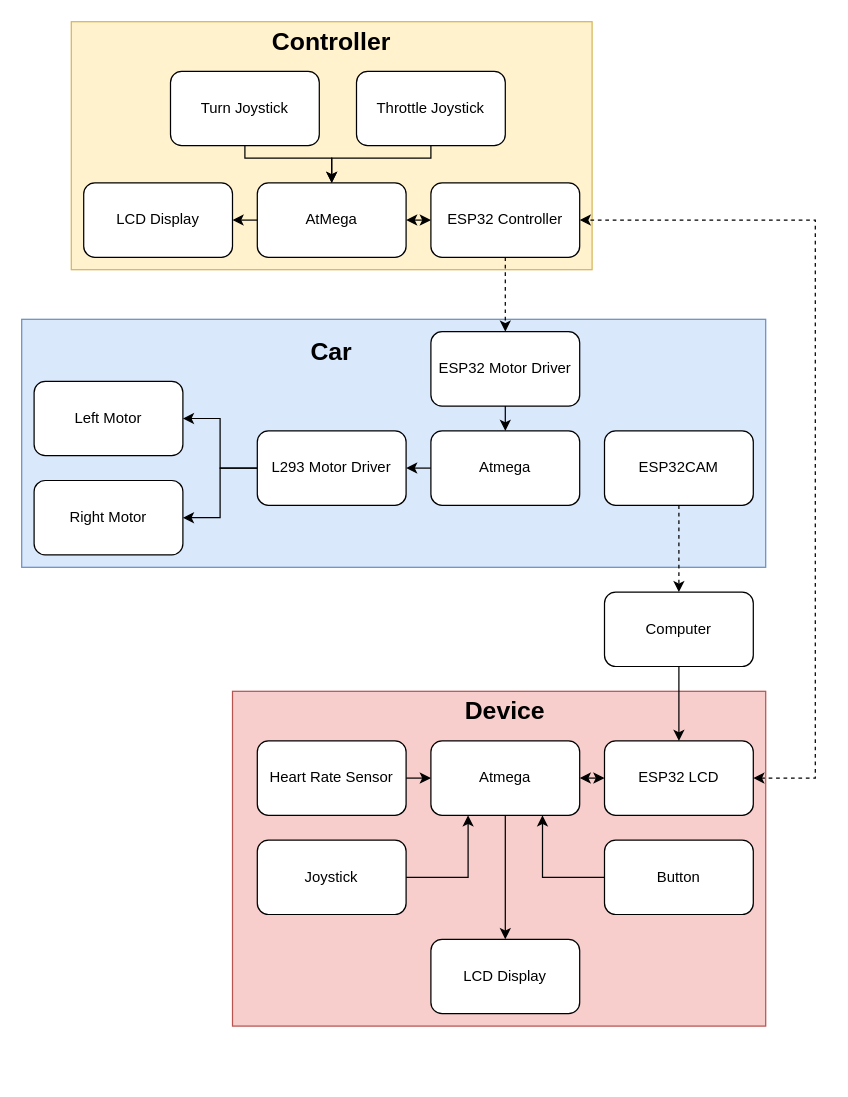
Earlier version of the draw.io diagram MedeploySystemBlockDiagram.drawio (ese3500/MEDEPLOY). Source tidied: cells renumbered, new cells numbered last; positions are measured from the earlier drawing's top-left corner, leaving out a move shared by most shapes. Both pictures are drawn from the tidied source at 124%, with x=0, y=0 at pixel (21, 21).
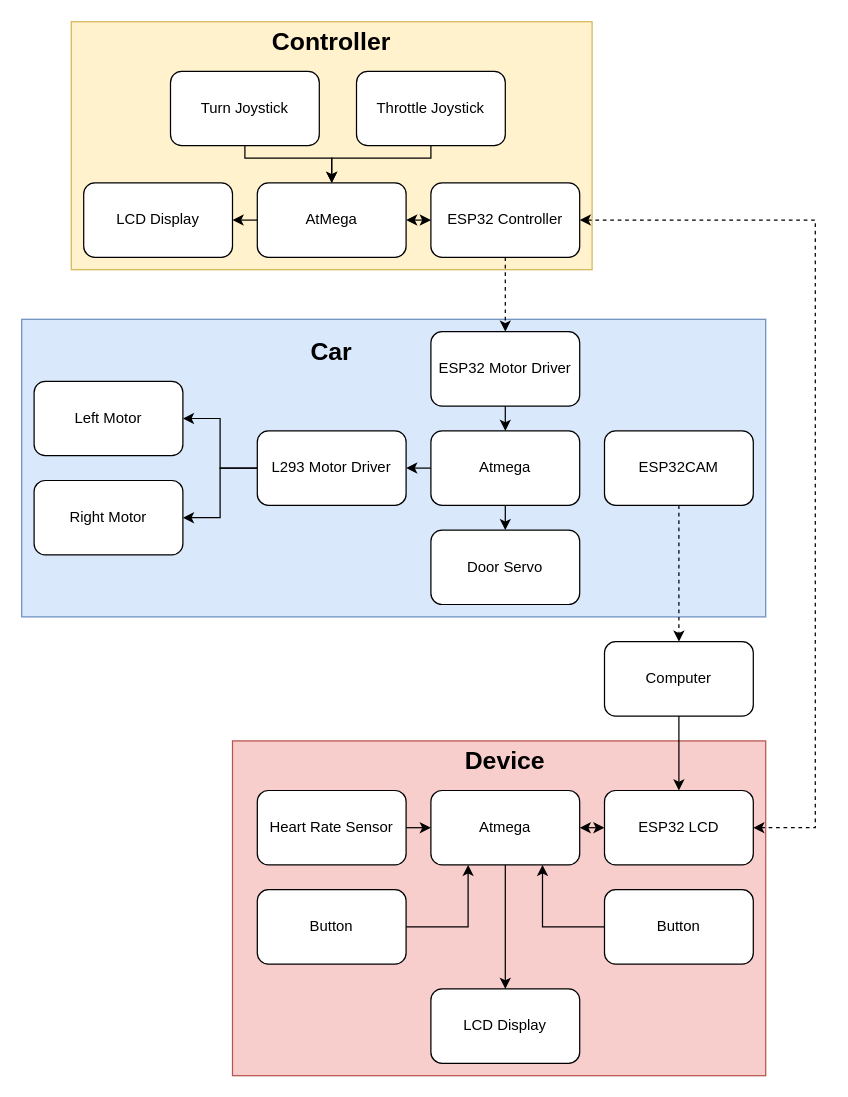
The same page after the edit.

Unchanged cells that the change refers to:
```xml
<mxCell id="8" value="ESP32 Controller" style="rounded=1;whiteSpace=wrap;html=1;" parent="1" vertex="1">
  <mxGeometry x="330" y="130" width="120" height="60" as="geometry" />
</mxCell>
<mxCell id="12" value="Atmega" style="rounded=1;whiteSpace=wrap;html=1;" parent="1" vertex="1">
  <mxGeometry x="330" y="330" width="120" height="60" as="geometry" />
</mxCell>
```

The edit, as a diff of the source:
```diff
@@
     <mxCell id="2" style="rounded=0;whiteSpace=wrap;html=1;fillColor=#f8cecc;strokeColor=#b85450;" parent="1" vertex="1">
-      <mxGeometry x="170" y="540" width="430" height="270" as="geometry" />
+      <mxGeometry x="170" y="580" width="430" height="270" as="geometry" />
     </mxCell>
     <mxCell id="3" style="rounded=0;whiteSpace=wrap;html=1;fillColor=#dae8fc;strokeColor=#6c8ebf;" parent="1" vertex="1">
-      <mxGeometry y="240" width="600" height="200" as="geometry" />
+      <mxGeometry y="240" width="600" height="240" as="geometry" />
     </mxCell>
@@
+    <mxCell id="43" style="edgeStyle=orthogonalEdgeStyle;rounded=0;jettySize=auto;html=1;exitX=0.5;exitY=1;exitDx=0;exitDy=0;entryX=0.5;entryY=0;entryDx=0;entryDy=0;" parent="1" edge="1" source="12" target="44">
+      <mxGeometry relative="1" as="geometry" />
+    </mxCell>
@@
     <mxCell id="24" value="Computer" style="rounded=1;whiteSpace=wrap;html=1;" parent="1" vertex="1">
-      <mxGeometry x="470" y="460" width="120" height="60" as="geometry" />
+      <mxGeometry x="470" y="500" width="120" height="60" as="geometry" />
     </mxCell>
@@
     <mxCell id="30" value="Atmega" style="rounded=1;whiteSpace=wrap;html=1;" parent="1" vertex="1">
-      <mxGeometry x="330" y="580" width="120" height="60" as="geometry" />
+      <mxGeometry x="330" y="620" width="120" height="60" as="geometry" />
     </mxCell>
     <mxCell id="31" value="ESP32 LCD" style="rounded=1;whiteSpace=wrap;html=1;" parent="1" vertex="1">
-      <mxGeometry x="470" y="580" width="120" height="60" as="geometry" />
+      <mxGeometry x="470" y="620" width="120" height="60" as="geometry" />
     </mxCell>
@@
     <mxCell id="33" value="Heart Rate Sensor" style="rounded=1;whiteSpace=wrap;html=1;" parent="1" vertex="1">
-      <mxGeometry x="190" y="580" width="120" height="60" as="geometry" />
+      <mxGeometry x="190" y="620" width="120" height="60" as="geometry" />
     </mxCell>
     <mxCell id="34" value="LCD Display" style="rounded=1;whiteSpace=wrap;html=1;" parent="1" vertex="1">
-      <mxGeometry x="330" y="740" width="120" height="60" as="geometry" />
+      <mxGeometry x="330" y="780" width="120" height="60" as="geometry" />
     </mxCell>
     <mxCell id="35" style="endArrow=classic;startArrow=classic;html=1;rounded=0;entryX=1;entryY=0.5;entryDx=0;entryDy=0;dashed=1;exitX=1;exitY=0.5;exitDx=0;exitDy=0;" parent="1" edge="1" source="31" target="8">
       <mxGeometry relative="1" as="geometry">
         <Array as="points">
-          <mxPoint x="640" y="610" />
+          <mxPoint x="640" y="650" />
           <mxPoint x="640" y="160" />
           <mxPoint x="480" y="160" />
         </Array>
       </mxGeometry>
     </mxCell>
@@
     <mxCell id="37" value="&lt;font style=&quot;font-size: 20px;&quot;&gt;&lt;b&gt;Device&lt;/b&gt;&lt;/font&gt;" style="text;html=1;align=center;verticalAlign=middle;whiteSpace=wrap;rounded=0;" parent="1" vertex="1">
-      <mxGeometry x="360" y="540" width="60" height="30" as="geometry" />
+      <mxGeometry x="360" y="580" width="60" height="30" as="geometry" />
     </mxCell>
@@
-    <mxCell id="39" value="Joystick" style="rounded=1;whiteSpace=wrap;html=1;" parent="1" vertex="1">
-      <mxGeometry x="190" y="660" width="120" height="60" as="geometry" />
+    <mxCell id="39" value="Button" style="rounded=1;whiteSpace=wrap;html=1;" parent="1" vertex="1">
+      <mxGeometry x="190" y="700" width="120" height="60" as="geometry" />
     </mxCell>
@@
     <mxCell id="41" value="Button" style="rounded=1;whiteSpace=wrap;html=1;" parent="1" vertex="1">
-      <mxGeometry x="470" y="660" width="120" height="60" as="geometry" />
+      <mxGeometry x="470" y="700" width="120" height="60" as="geometry" />
     </mxCell>
@@
+    <mxCell id="44" value="Door Servo" style="rounded=1;whiteSpace=wrap;html=1;" parent="1" vertex="1">
+      <mxGeometry x="330" y="410" width="120" height="60" as="geometry" />
+    </mxCell>
```
